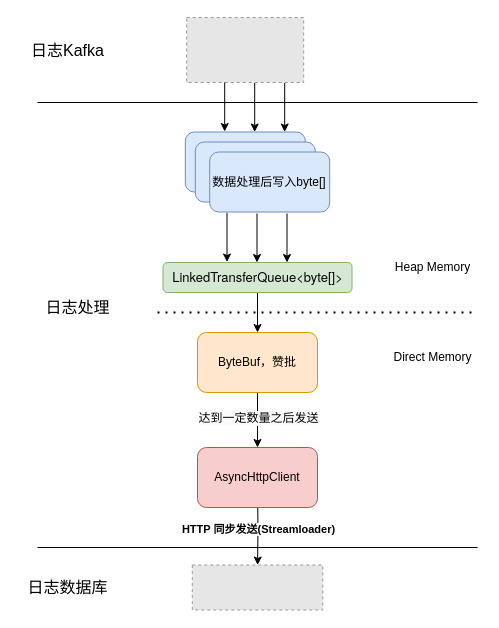
Above: page "数据写入方案二" (2 of 3) of Doris接入分享.drawio in maxuewen/draw.io (draw.io), before the change. Source tidied: cells renumbered, new cells numbered last; positions are measured from the earlier drawing's top-left corner, leaving out a move shared by most shapes. Both pictures are drawn from the tidied source at 100%, with x=0, y=0 at pixel (17, 17). Pictures stored in the file or linked from it are replaced by grey dashed boxes.
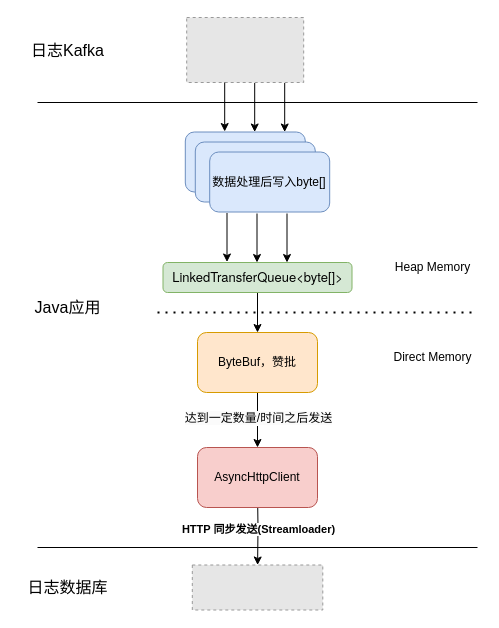
Above is the later version.

The change refers to these unchanged cells:
```xml
<mxCell id="10" style="edgeStyle=orthogonalEdgeStyle;rounded=0;jettySize=auto;html=1;" parent="1" edge="1" source="12" target="6">
  <mxGeometry relative="1" as="geometry" />
</mxCell>
```

Diff of the diagram source:
```diff
@@
-    <mxCell id="11" value="&lt;span style=&quot;font-size: 12px; background-color: rgb(251, 251, 251);&quot;&gt;达到一定数量之后发送&lt;/span&gt;" style="edgeLabel;html=1;align=center;verticalAlign=middle;" parent="10" vertex="1">
+    <mxCell id="11" value="&lt;span style=&quot;font-size: 12px; background-color: rgb(251, 251, 251);&quot;&gt;达到一定数量/时间之后发送&lt;/span&gt;" style="edgeLabel;html=1;align=center;verticalAlign=middle;" parent="10" vertex="1">
       <mxGeometry x="-0.08" y="1" relative="1" as="geometry">
         <mxPoint x="-1" as="offset" />
       </mxGeometry>
     </mxCell>
@@
-    <mxCell id="17" value="&lt;font style=&quot;font-size: 16px;&quot;&gt;日志处理&lt;/font&gt;" style="text;html=1;align=center;verticalAlign=middle;strokeColor=none;fillColor=none;" parent="1" vertex="1">
-      <mxGeometry x="15" y="275" width="90" height="30" as="geometry" />
+    <mxCell id="17" value="&lt;span style=&quot;font-size: 16px;&quot;&gt;Java应用&lt;/span&gt;" style="text;html=1;align=center;verticalAlign=middle;strokeColor=none;fillColor=none;" parent="1" vertex="1">
+      <mxGeometry x="5" y="275" width="90" height="30" as="geometry" />
     </mxCell>
```
